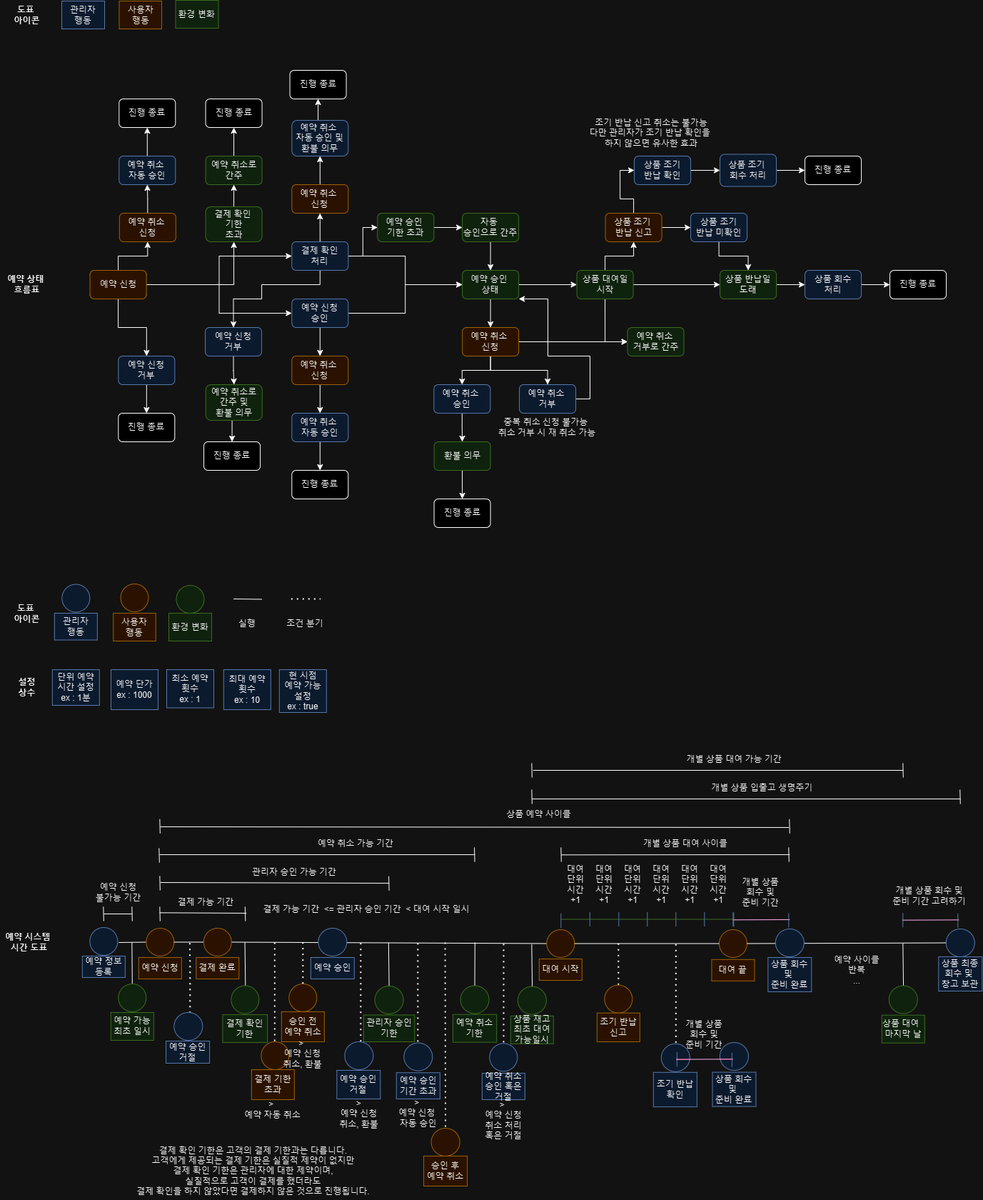
This is module-service-rental-reservation/external_files/logic/Reservation.drawio.png from RaillyLinker/Kotlin_SpringbootMvc_Template, a draw.io export, as it was before one commit. Source tidied: cells renumbered, new cells last; positions are measured from the earlier drawing's top-left corner, leaving out a move shared by most shapes.
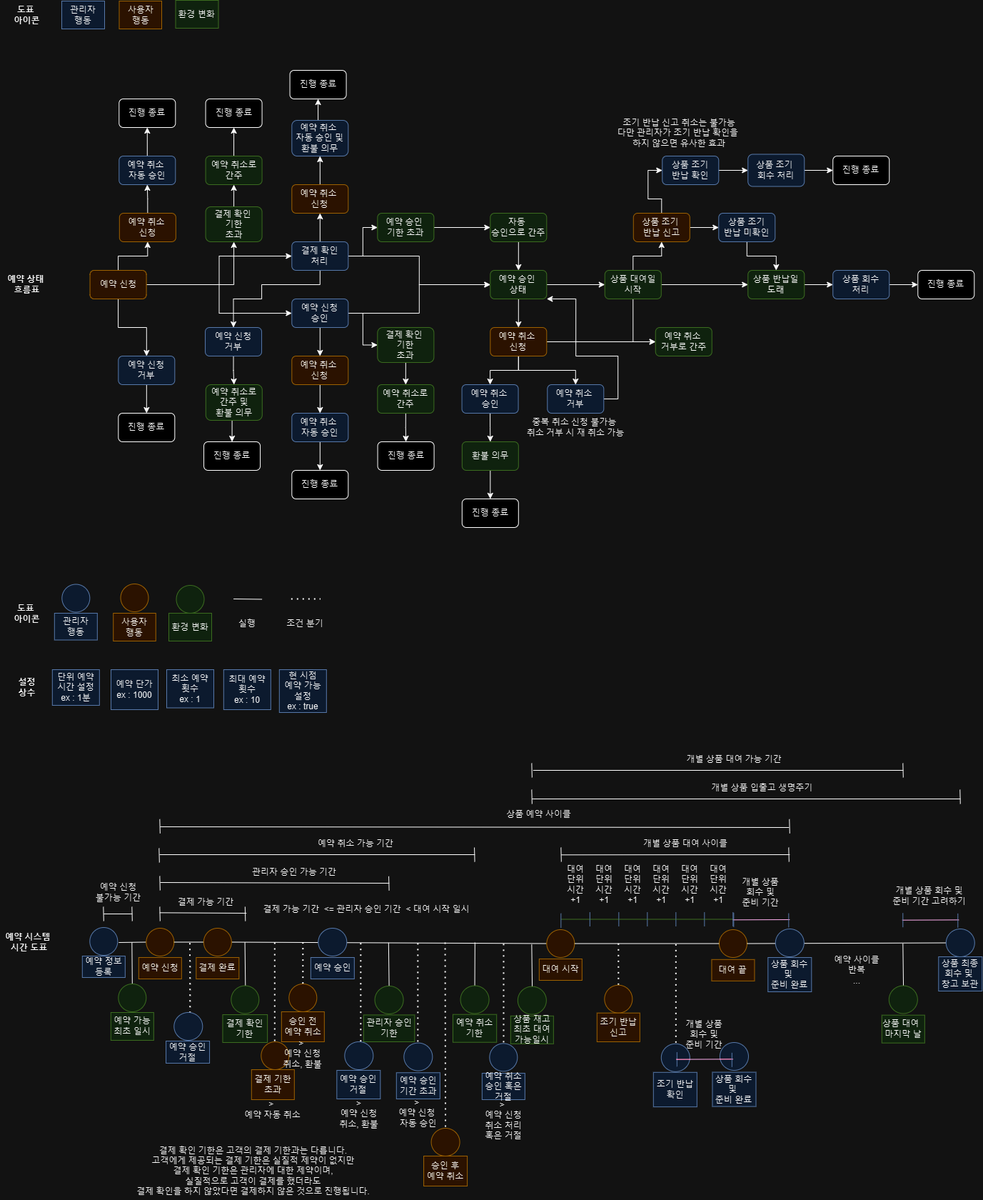
After the change.

Diff of the diagram source:
```diff
@@ -590,10 +590,10 @@
       <mxGeometry x="232.1" y="1457" width="61" height="31" as="geometry" />
     </mxCell>
     <mxCell id="140" value="중복 취소 신청 불가능&amp;nbsp;&lt;div&gt;취소 거부 시 재 취소 가능&lt;/div&gt;" style="text;html=1;align=center;verticalAlign=middle;whiteSpace=wrap;rounded=0;" parent="1" vertex="1">
-      <mxGeometry x="691.4" y="578" width="150.3" height="40" as="geometry" />
+      <mxGeometry x="730.7" y="578" width="150.3" height="40" as="geometry" />
     </mxCell>
     <mxCell id="141" value="조기 반납 신고 취소는&amp;nbsp;&lt;span style=&quot;background-color: initial;&quot;&gt;불가능&lt;/span&gt;&lt;div&gt;&lt;div&gt;다만 관리자가&amp;nbsp;&lt;span style=&quot;background-color: initial;&quot;&gt;조기 반납 확인을&amp;nbsp;&lt;/span&gt;&lt;/div&gt;&lt;div&gt;하지 않으면 유&lt;span style=&quot;background-color: initial;&quot;&gt;사한 효과&lt;/span&gt;&lt;/div&gt;&lt;/div&gt;" style="text;html=1;align=center;verticalAlign=middle;whiteSpace=wrap;rounded=0;" parent="1" vertex="1">
-      <mxGeometry x="822.8" y="158" width="178.2" height="55" as="geometry" />
+      <mxGeometry x="862" y="158" width="178.2" height="55" as="geometry" />
     </mxCell>
     <mxCell id="142" value="예약 상태&amp;nbsp;&lt;div&gt;&lt;span style=&quot;background-color: initial;&quot;&gt;흐름표&lt;/span&gt;&lt;/div&gt;" style="text;html=1;align=center;verticalAlign=middle;whiteSpace=wrap;rounded=0;fontStyle=1;" parent="1" vertex="1">
       <mxGeometry x="-0.3" y="383" width="74.5" height="30" as="geometry" />
@@ -640,6 +640,9 @@
     <mxCell id="156" style="edgeStyle=orthogonalEdgeStyle;rounded=0;jettySize=auto;html=1;exitX=1;exitY=0.5;exitDx=0;exitDy=0;entryX=0;entryY=0.5;entryDx=0;entryDy=0;" parent="1" edge="1" source="157" target="198">
       <mxGeometry relative="1" as="geometry" />
     </mxCell>
+    <mxCell id="246" style="edgeStyle=orthogonalEdgeStyle;rounded=0;jettySize=auto;html=1;exitX=1;exitY=0.5;exitDx=0;exitDy=0;entryX=0;entryY=0.5;entryDx=0;entryDy=0;" parent="1" edge="1" source="157" target="248">
+      <mxGeometry relative="1" as="geometry" />
+    </mxCell>
     <mxCell id="157" value="예약 신청&lt;div&gt;승인&lt;/div&gt;" style="rounded=1;whiteSpace=wrap;html=1;fillColor=#dae8fc;strokeColor=#6c8ebf;" parent="1" vertex="1">
       <mxGeometry x="408.3" y="418" width="79" height="40" as="geometry" />
     </mxCell>
@@ -652,15 +655,15 @@
     <mxCell id="160" style="edgeStyle=orthogonalEdgeStyle;rounded=0;jettySize=auto;html=1;exitX=1;exitY=0.5;exitDx=0;exitDy=0;entryX=1;entryY=1;entryDx=0;entryDy=0;" parent="1" edge="1" source="161" target="198">
       <mxGeometry relative="1" as="geometry">
         <Array as="points">
-          <mxPoint x="826" y="558" />
-          <mxPoint x="826" y="498" />
-          <mxPoint x="767" y="498" />
-          <mxPoint x="767" y="418" />
+          <mxPoint x="865.2" y="558" />
+          <mxPoint x="865.2" y="498" />
+          <mxPoint x="806.2" y="498" />
+          <mxPoint x="806.2" y="418" />
         </Array>
       </mxGeometry>
     </mxCell>
     <mxCell id="161" value="예약 취소&amp;nbsp;&lt;div&gt;거부&lt;/div&gt;" style="rounded=1;whiteSpace=wrap;html=1;fillColor=#dae8fc;strokeColor=#6c8ebf;" parent="1" vertex="1">
-      <mxGeometry x="727.1" y="538" width="79" height="40" as="geometry" />
+      <mxGeometry x="766.3" y="538" width="79" height="40" as="geometry" />
     </mxCell>
     <mxCell id="162" style="edgeStyle=orthogonalEdgeStyle;rounded=0;jettySize=auto;html=1;exitX=1;exitY=0.5;exitDx=0;exitDy=0;" parent="1" edge="1" source="165" target="167">
       <mxGeometry relative="1" as="geometry" />
@@ -672,19 +675,19 @@
       <mxGeometry relative="1" as="geometry" />
     </mxCell>
     <mxCell id="165" value="상품 대여일&lt;div&gt;시작&lt;/div&gt;" style="rounded=1;whiteSpace=wrap;html=1;fillColor=#d5e8d4;strokeColor=#82b366;" parent="1" vertex="1">
-      <mxGeometry x="807.6" y="378" width="79" height="40" as="geometry" />
+      <mxGeometry x="846.8" y="378" width="79" height="40" as="geometry" />
     </mxCell>
     <mxCell id="166" style="edgeStyle=orthogonalEdgeStyle;rounded=0;jettySize=auto;html=1;exitX=1;exitY=0.5;exitDx=0;exitDy=0;" parent="1" edge="1" source="167" target="169">
       <mxGeometry relative="1" as="geometry" />
     </mxCell>
     <mxCell id="167" value="상품 반납일&lt;div&gt;도래&lt;/div&gt;" style="rounded=1;whiteSpace=wrap;html=1;fillColor=#d5e8d4;strokeColor=#82b366;" parent="1" vertex="1">
-      <mxGeometry x="1008.1" y="378" width="79" height="40" as="geometry" />
+      <mxGeometry x="1047.3" y="378" width="79" height="40" as="geometry" />
     </mxCell>
     <mxCell id="168" style="edgeStyle=orthogonalEdgeStyle;rounded=0;jettySize=auto;html=1;exitX=1;exitY=0.5;exitDx=0;exitDy=0;entryX=0;entryY=0.5;entryDx=0;entryDy=0;" parent="1" edge="1" source="169" target="182">
       <mxGeometry relative="1" as="geometry" />
     </mxCell>
     <mxCell id="169" value="상품 회수&lt;div&gt;처리&lt;/div&gt;" style="rounded=1;whiteSpace=wrap;html=1;fillColor=#dae8fc;strokeColor=#6c8ebf;" parent="1" vertex="1">
-      <mxGeometry x="1127" y="378" width="79" height="40" as="geometry" />
+      <mxGeometry x="1166.3" y="378" width="79" height="40" as="geometry" />
     </mxCell>
     <mxCell id="170" style="edgeStyle=orthogonalEdgeStyle;rounded=0;jettySize=auto;html=1;exitX=1;exitY=0.5;exitDx=0;exitDy=0;entryX=0;entryY=0.5;entryDx=0;entryDy=0;" parent="1" edge="1" source="172" target="174">
       <mxGeometry relative="1" as="geometry" />
@@ -693,25 +696,25 @@
       <mxGeometry relative="1" as="geometry" />
     </mxCell>
     <mxCell id="172" value="상품 조기&amp;nbsp;&lt;div&gt;반납 신고&lt;/div&gt;" style="rounded=1;whiteSpace=wrap;html=1;fillColor=#ffe6cc;strokeColor=#d79b00;" parent="1" vertex="1">
-      <mxGeometry x="847.6" y="298" width="79" height="40" as="geometry" />
+      <mxGeometry x="886.8" y="298" width="79" height="40" as="geometry" />
     </mxCell>
     <mxCell id="173" style="edgeStyle=orthogonalEdgeStyle;rounded=0;jettySize=auto;html=1;exitX=0.5;exitY=1;exitDx=0;exitDy=0;entryX=0.5;entryY=0;entryDx=0;entryDy=0;" parent="1" edge="1" source="174" target="167">
       <mxGeometry relative="1" as="geometry" />
     </mxCell>
     <mxCell id="174" value="상품 조기&lt;div&gt;반납 미확인&lt;/div&gt;" style="rounded=1;whiteSpace=wrap;html=1;fillColor=#dae8fc;strokeColor=#6c8ebf;" parent="1" vertex="1">
-      <mxGeometry x="967.1" y="298" width="79" height="40" as="geometry" />
+      <mxGeometry x="1006.3" y="298" width="79" height="40" as="geometry" />
     </mxCell>
     <mxCell id="175" style="edgeStyle=orthogonalEdgeStyle;rounded=0;jettySize=auto;html=1;exitX=1;exitY=0.5;exitDx=0;exitDy=0;" parent="1" edge="1" source="176" target="178">
       <mxGeometry relative="1" as="geometry" />
     </mxCell>
     <mxCell id="176" value="상품 조기&lt;div&gt;반납 확인&lt;/div&gt;" style="rounded=1;whiteSpace=wrap;html=1;fillColor=#dae8fc;strokeColor=#6c8ebf;" parent="1" vertex="1">
-      <mxGeometry x="888.1" y="218" width="79" height="40" as="geometry" />
+      <mxGeometry x="927.3" y="218" width="79" height="40" as="geometry" />
     </mxCell>
     <mxCell id="177" style="edgeStyle=orthogonalEdgeStyle;rounded=0;jettySize=auto;html=1;exitX=1;exitY=0.5;exitDx=0;exitDy=0;entryX=0;entryY=0.5;entryDx=0;entryDy=0;" parent="1" edge="1" source="178" target="181">
       <mxGeometry relative="1" as="geometry" />
     </mxCell>
     <mxCell id="178" value="상품 조기&amp;nbsp;&lt;div&gt;회수&amp;nbsp;&lt;span style=&quot;background-color: initial;&quot;&gt;처리&lt;/span&gt;&lt;/div&gt;" style="rounded=1;whiteSpace=wrap;html=1;fillColor=#dae8fc;strokeColor=#6c8ebf;" parent="1" vertex="1">
-      <mxGeometry x="1008.1" y="215.5" width="79" height="45" as="geometry" />
+      <mxGeometry x="1047.3" y="215.5" width="79" height="45" as="geometry" />
     </mxCell>
     <mxCell id="179" value="진행 종료" style="rounded=1;whiteSpace=wrap;html=1;" parent="1" vertex="1">
       <mxGeometry x="165.3" y="578" width="79" height="40" as="geometry" />
@@ -720,10 +723,10 @@
       <mxGeometry x="166.3" y="138" width="79" height="40" as="geometry" />
     </mxCell>
     <mxCell id="181" value="진행 종료" style="rounded=1;whiteSpace=wrap;html=1;" parent="1" vertex="1">
-      <mxGeometry x="1127" y="218" width="79" height="40" as="geometry" />
+      <mxGeometry x="1166.3" y="218" width="79" height="40" as="geometry" />
     </mxCell>
     <mxCell id="182" value="진행 종료" style="rounded=1;whiteSpace=wrap;html=1;" parent="1" vertex="1">
-      <mxGeometry x="1246.1" y="378" width="79" height="40" as="geometry" />
+      <mxGeometry x="1285.3" y="378" width="79" height="40" as="geometry" />
     </mxCell>
     <mxCell id="183" style="edgeStyle=orthogonalEdgeStyle;rounded=0;jettySize=auto;html=1;exitX=0.5;exitY=0;exitDx=0;exitDy=0;" parent="1" edge="1" source="187" target="189">
       <mxGeometry relative="1" as="geometry" />
@@ -778,7 +781,7 @@
       <mxGeometry relative="1" as="geometry" />
     </mxCell>
     <mxCell id="198" value="예약 승인&amp;nbsp;&lt;div&gt;상태&lt;/div&gt;" style="rounded=1;whiteSpace=wrap;html=1;fillColor=#d5e8d4;strokeColor=#82b366;" parent="1" vertex="1">
-      <mxGeometry x="647.1" y="378" width="79" height="40" as="geometry" />
+      <mxGeometry x="686.3" y="378" width="79" height="40" as="geometry" />
     </mxCell>
     <mxCell id="199" style="edgeStyle=orthogonalEdgeStyle;rounded=0;jettySize=auto;html=1;exitX=0.5;exitY=1;exitDx=0;exitDy=0;entryX=0.5;entryY=0;entryDx=0;entryDy=0;" parent="1" edge="1" source="202" target="204">
       <mxGeometry relative="1" as="geometry" />
@@ -790,22 +793,22 @@
       <mxGeometry relative="1" as="geometry" />
     </mxCell>
     <mxCell id="202" value="&lt;div&gt;&lt;span style=&quot;background-color: initial;&quot;&gt;예약 취소&amp;nbsp;&lt;/span&gt;&lt;/div&gt;&lt;div&gt;신청&lt;/div&gt;" style="rounded=1;whiteSpace=wrap;html=1;fillColor=#ffe6cc;strokeColor=#d79b00;" parent="1" vertex="1">
-      <mxGeometry x="647.1" y="458" width="79" height="40" as="geometry" />
+      <mxGeometry x="686.3" y="458" width="79" height="40" as="geometry" />
     </mxCell>
     <mxCell id="203" style="edgeStyle=orthogonalEdgeStyle;rounded=0;jettySize=auto;html=1;exitX=0.5;exitY=1;exitDx=0;exitDy=0;entryX=0.5;entryY=0;entryDx=0;entryDy=0;" parent="1" edge="1" source="204" target="206">
       <mxGeometry relative="1" as="geometry" />
     </mxCell>
     <mxCell id="204" value="예약 취소&amp;nbsp;&lt;div&gt;승인&lt;/div&gt;" style="rounded=1;whiteSpace=wrap;html=1;fillColor=#dae8fc;strokeColor=#6c8ebf;" parent="1" vertex="1">
-      <mxGeometry x="607.3" y="538" width="79" height="40" as="geometry" />
+      <mxGeometry x="646.6" y="538" width="79" height="40" as="geometry" />
     </mxCell>
     <mxCell id="205" style="edgeStyle=orthogonalEdgeStyle;rounded=0;jettySize=auto;html=1;exitX=0.5;exitY=1;exitDx=0;exitDy=0;entryX=0.5;entryY=0;entryDx=0;entryDy=0;" parent="1" edge="1" source="206" target="207">
       <mxGeometry relative="1" as="geometry" />
     </mxCell>
     <mxCell id="206" value="&lt;div&gt;환불 의무&lt;/div&gt;" style="rounded=1;whiteSpace=wrap;html=1;fillColor=#d5e8d4;strokeColor=#82b366;" parent="1" vertex="1">
-      <mxGeometry x="607.6" y="618" width="79" height="40" as="geometry" />
+      <mxGeometry x="646.8" y="618" width="79" height="40" as="geometry" />
     </mxCell>
     <mxCell id="207" value="진행 종료" style="rounded=1;whiteSpace=wrap;html=1;" parent="1" vertex="1">
-      <mxGeometry x="607.6" y="698" width="79" height="40" as="geometry" />
+      <mxGeometry x="646.8" y="698" width="79" height="40" as="geometry" />
     </mxCell>
     <mxCell id="208" style="edgeStyle=orthogonalEdgeStyle;rounded=0;jettySize=auto;html=1;exitX=0.5;exitY=0;exitDx=0;exitDy=0;entryX=0.5;entryY=1;entryDx=0;entryDy=0;" parent="1" edge="1" source="209" target="211">
       <mxGeometry relative="1" as="geometry" />
@@ -832,7 +835,7 @@
       <mxGeometry relative="1" as="geometry" />
     </mxCell>
     <mxCell id="216" value="자동&amp;nbsp;&lt;div&gt;승인으로 간주&lt;/div&gt;" style="rounded=1;whiteSpace=wrap;html=1;fillColor=#d5e8d4;strokeColor=#82b366;" parent="1" vertex="1">
-      <mxGeometry x="647.1" y="298" width="79" height="40" as="geometry" />
+      <mxGeometry x="686.3" y="298" width="79" height="40" as="geometry" />
     </mxCell>
     <mxCell id="217" style="edgeStyle=orthogonalEdgeStyle;rounded=0;jettySize=auto;html=1;exitX=0.5;exitY=1;exitDx=0;exitDy=0;entryX=0.5;entryY=0;entryDx=0;entryDy=0;" parent="1" edge="1" source="218" target="220">
       <mxGeometry relative="1" as="geometry" />
@@ -874,7 +877,7 @@
       <mxGeometry x="947" y="1048" width="158.9" height="30" as="geometry" />
     </mxCell>
     <mxCell id="227" value="예약 취소&amp;nbsp;&lt;div&gt;거부로 간주&lt;/div&gt;" style="rounded=1;whiteSpace=wrap;html=1;fillColor=#d5e8d4;strokeColor=#82b366;" parent="1" vertex="1">
-      <mxGeometry x="878.5" y="458" width="79" height="40" as="geometry" />
+      <mxGeometry x="917.8" y="458" width="79" height="40" as="geometry" />
     </mxCell>
     <mxCell id="228" value="관리자&lt;div&gt;행동&lt;/div&gt;" style="text;html=1;align=center;verticalAlign=middle;whiteSpace=wrap;rounded=0;fillColor=#dae8fc;strokeColor=#6c8ebf;" parent="1" vertex="1">
       <mxGeometry x="75.8" y="858" width="60" height="37.5" as="geometry" />
@@ -936,5 +939,20 @@
     <mxCell id="245" value="결제 확인 기한은 고객의 결제 기한과는 다릅니다.&lt;div&gt;고객에게 제공되는 결제 기한은 실질적 제약이 없지만&lt;/div&gt;&lt;div&gt;결제 확인 기한은 관리자에 대한 제약이며,&lt;/div&gt;&lt;div&gt;실질적으로 고객이 결제를 했더라도&lt;/div&gt;&lt;div&gt;결제 확인을 하지 않았다면 결제하지 않은 것으로 진행됩니다.&lt;/div&gt;" style="text;html=1;align=center;verticalAlign=middle;whiteSpace=wrap;rounded=0;" parent="1" vertex="1">
       <mxGeometry x="181" y="1599" width="347.3" height="80" as="geometry" />
     </mxCell>
+    <mxCell id="247" style="edgeStyle=orthogonalEdgeStyle;rounded=0;jettySize=auto;html=1;exitX=0.5;exitY=1;exitDx=0;exitDy=0;entryX=0.5;entryY=0;entryDx=0;entryDy=0;" parent="1" edge="1" source="248" target="250">
+      <mxGeometry relative="1" as="geometry" />
+    </mxCell>
+    <mxCell id="248" value="결제 확인&amp;nbsp;&lt;div&gt;기한&lt;div&gt;초과&lt;/div&gt;&lt;/div&gt;" style="rounded=1;whiteSpace=wrap;html=1;fillColor=#d5e8d4;strokeColor=#82b366;" parent="1" vertex="1">
+      <mxGeometry x="528.3" y="458" width="79" height="49" as="geometry" />
+    </mxCell>
+    <mxCell id="249" style="edgeStyle=orthogonalEdgeStyle;rounded=0;jettySize=auto;html=1;exitX=0.5;exitY=1;exitDx=0;exitDy=0;" parent="1" edge="1" source="250" target="251">
+      <mxGeometry relative="1" as="geometry" />
+    </mxCell>
+    <mxCell id="250" value="예약 취소로&lt;div&gt;간주&lt;/div&gt;" style="rounded=1;whiteSpace=wrap;html=1;fillColor=#d5e8d4;strokeColor=#82b366;" parent="1" vertex="1">
+      <mxGeometry x="528.3" y="538" width="79" height="40" as="geometry" />
+    </mxCell>
+    <mxCell id="251" value="진행 종료" style="rounded=1;whiteSpace=wrap;html=1;" parent="1" vertex="1">
+      <mxGeometry x="528.6" y="618" width="79" height="40" as="geometry" />
+    </mxCell>
   </root>
 </mxGraphModel>
```
